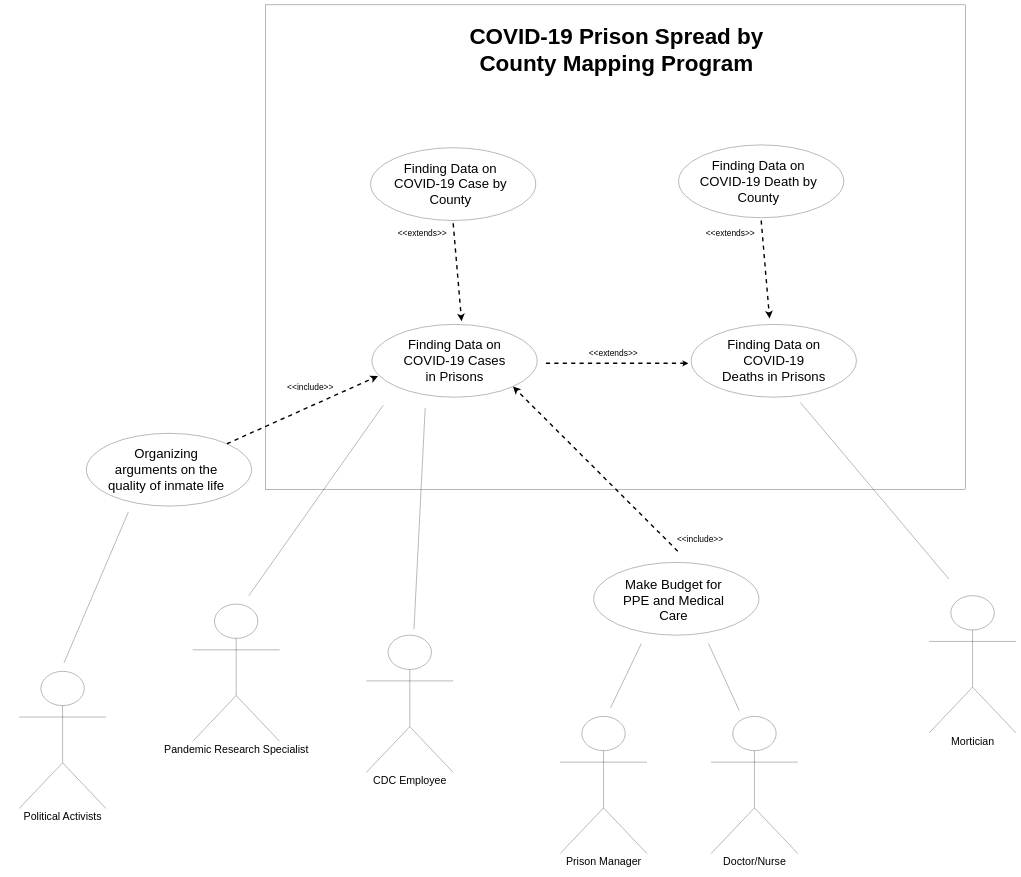
This is SoAPs Use Case Diagram.drawio from Kutoux/SoAPs, a draw.io file, before an edit. Source tidied: cells renumbered, new cells numbered last; positions are measured from the earlier drawing's top-left corner, leaving out a move shared by most shapes. Both pictures are drawn from the tidied source at 28%, with x=0, y=0 at pixel (19, 5).
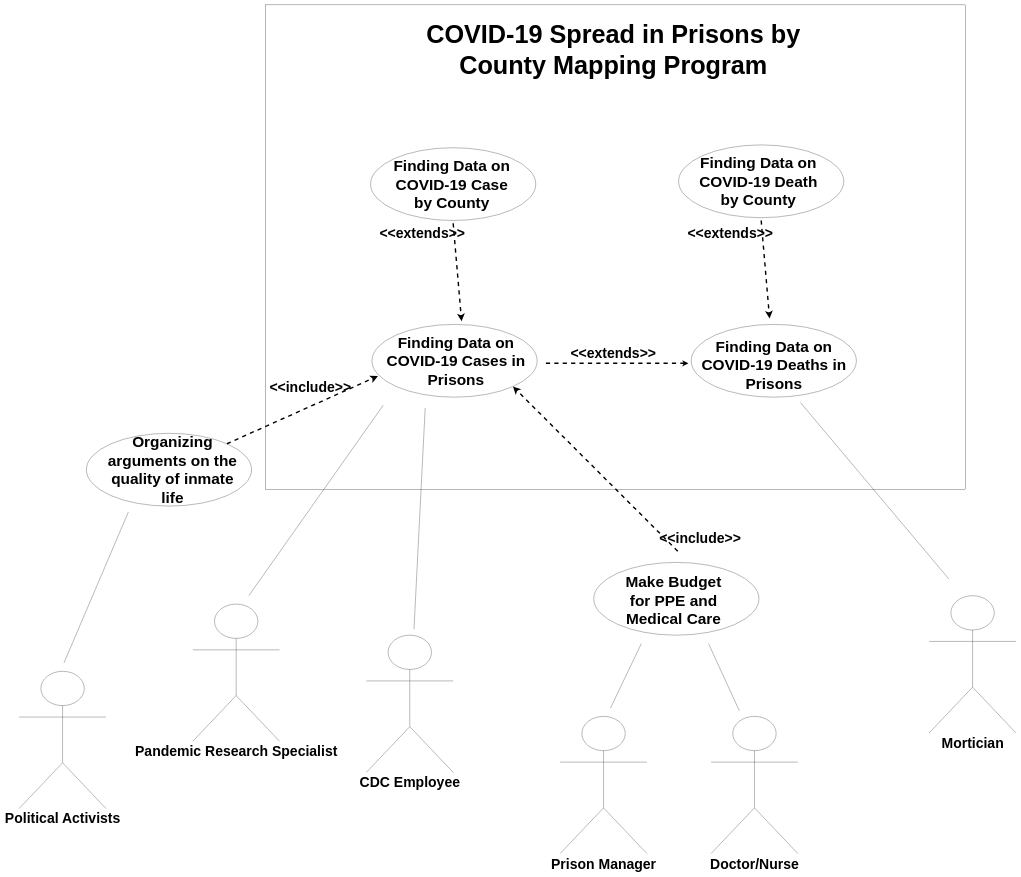
The same diagram, later.

Diff of the diagram source:
```diff
@@
-    <mxCell id="4" value="Finding Data on COVID-19 Cases in Prisons" style="text;html=1;strokeColor=none;fillColor=none;align=center;verticalAlign=middle;whiteSpace=wrap;rounded=0;fontSize=47;" parent="1" vertex="1">
-      <mxGeometry x="1365" y="1206" width="380" height="130" as="geometry" />
+    <mxCell id="4" value="&lt;b&gt;&lt;font style=&quot;font-size: 55px&quot;&gt;Finding Data on COVID-19 Cases in Prisons&lt;/font&gt;&lt;/b&gt;" style="text;html=1;strokeColor=none;fillColor=none;align=center;verticalAlign=middle;whiteSpace=wrap;rounded=0;fontSize=47;" parent="1" vertex="1">
+      <mxGeometry x="1310" y="1206" width="500" height="130" as="geometry" />
     </mxCell>
-    <mxCell id="5" value="CDC Employee" style="shape=umlActor;verticalLabelPosition=bottom;verticalAlign=top;html=1;fontSize=38;" parent="1" vertex="1">
+    <mxCell id="5" value="&lt;font style=&quot;font-size: 50px&quot;&gt;&lt;b&gt;CDC Employee&lt;/b&gt;&lt;/font&gt;" style="shape=umlActor;verticalLabelPosition=bottom;verticalAlign=top;html=1;fontSize=38;" parent="1" vertex="1">
       <mxGeometry x="1240" y="2251" width="310" height="490" as="geometry" />
     </mxCell>
@@
-    <mxCell id="7" value="Pandemic Research Specialist" style="shape=umlActor;verticalLabelPosition=bottom;verticalAlign=top;html=1;fontSize=38;" parent="1" vertex="1">
+    <mxCell id="7" value="&lt;font style=&quot;font-size: 50px&quot;&gt;&lt;b&gt;Pandemic Research Specialist&lt;/b&gt;&lt;/font&gt;" style="shape=umlActor;verticalLabelPosition=bottom;verticalAlign=top;html=1;fontSize=38;" parent="1" vertex="1">
       <mxGeometry x="620" y="2140" width="310" height="490" as="geometry" />
     </mxCell>
@@
-    <mxCell id="9" value="Prison Manager" style="shape=umlActor;verticalLabelPosition=bottom;verticalAlign=top;html=1;fontSize=38;" parent="1" vertex="1">
+    <mxCell id="9" value="&lt;font style=&quot;font-size: 50px&quot;&gt;&lt;b&gt;Prison Manager&lt;/b&gt;&lt;/font&gt;" style="shape=umlActor;verticalLabelPosition=bottom;verticalAlign=top;html=1;fontSize=38;" parent="1" vertex="1">
       <mxGeometry x="1932" y="2541" width="310" height="490" as="geometry" />
     </mxCell>
@@
-    <mxCell id="12" value="Make Budget for PPE and Medical Care" style="text;html=1;strokeColor=none;fillColor=none;align=center;verticalAlign=middle;whiteSpace=wrap;rounded=0;fontSize=47;" parent="1" vertex="1">
+    <mxCell id="12" value="&lt;b&gt;&lt;font style=&quot;font-size: 55px&quot;&gt;Make Budget for PPE and Medical Care&lt;/font&gt;&lt;/b&gt;" style="text;html=1;strokeColor=none;fillColor=none;align=center;verticalAlign=middle;whiteSpace=wrap;rounded=0;fontSize=47;" parent="1" vertex="1">
       <mxGeometry x="2147" y="2061" width="380" height="130" as="geometry" />
     </mxCell>
@@
-    <mxCell id="14" value="&amp;lt;&amp;lt;include&amp;gt;&amp;gt;" style="text;html=1;strokeColor=none;fillColor=none;align=center;verticalAlign=middle;whiteSpace=wrap;rounded=0;fontSize=30;rotation=0;" parent="1" vertex="1">
+    <mxCell id="14" value="&lt;font style=&quot;font-size: 50px&quot;&gt;&lt;b&gt;&amp;lt;&amp;lt;include&amp;gt;&amp;gt;&lt;/b&gt;&lt;/font&gt;" style="text;html=1;strokeColor=none;fillColor=none;align=center;verticalAlign=middle;whiteSpace=wrap;rounded=0;fontSize=30;rotation=0;" parent="1" vertex="1">
       <mxGeometry x="2242" y="1841" width="380" height="130" as="geometry" />
     </mxCell>
-    <mxCell id="15" value="Doctor/Nurse" style="shape=umlActor;verticalLabelPosition=bottom;verticalAlign=top;html=1;fontSize=38;" parent="1" vertex="1">
+    <mxCell id="15" value="&lt;font style=&quot;font-size: 50px&quot;&gt;&lt;b&gt;Doctor/Nurse&lt;/b&gt;&lt;/font&gt;" style="shape=umlActor;verticalLabelPosition=bottom;verticalAlign=top;html=1;fontSize=38;" parent="1" vertex="1">
       <mxGeometry x="2471" y="2541" width="310" height="490" as="geometry" />
     </mxCell>
@@
-    <mxCell id="17" value="&lt;font size=&quot;1&quot;&gt;&lt;b style=&quot;font-size: 80px&quot;&gt;COVID-19 Prison Spread by County Mapping Program&lt;/b&gt;&lt;/font&gt;" style="text;html=1;strokeColor=none;fillColor=none;align=center;verticalAlign=middle;whiteSpace=wrap;rounded=0;fontSize=30;" parent="1" vertex="1">
-      <mxGeometry x="1486" y="80" width="1294" height="160" as="geometry" />
+    <mxCell id="17" value="&lt;font size=&quot;1&quot;&gt;&lt;b style=&quot;font-size: 90px&quot;&gt;COVID-19 Spread in Prisons by County Mapping Program&lt;/b&gt;&lt;/font&gt;" style="text;html=1;strokeColor=none;fillColor=none;align=center;verticalAlign=middle;whiteSpace=wrap;rounded=0;fontSize=30;" parent="1" vertex="1">
+      <mxGeometry x="1300" y="80" width="1644" height="160" as="geometry" />
     </mxCell>
@@
-    <mxCell id="19" value="&amp;lt;&amp;lt;extends&amp;gt;&amp;gt;" style="text;html=1;strokeColor=none;fillColor=none;align=center;verticalAlign=middle;whiteSpace=wrap;rounded=0;fontSize=30;rotation=0;" parent="1" vertex="1">
+    <mxCell id="19" value="&lt;b&gt;&lt;font style=&quot;font-size: 50px&quot;&gt;&amp;lt;&amp;lt;extends&amp;gt;&amp;gt;&lt;/font&gt;&lt;/b&gt;" style="text;html=1;strokeColor=none;fillColor=none;align=center;verticalAlign=middle;whiteSpace=wrap;rounded=0;fontSize=30;rotation=0;" parent="1" vertex="1">
       <mxGeometry x="1932" y="1180" width="380" height="130" as="geometry" />
     </mxCell>
@@
-    <mxCell id="21" value="Finding Data on COVID-19 Deaths in Prisons" style="text;html=1;strokeColor=none;fillColor=none;align=center;verticalAlign=middle;whiteSpace=wrap;rounded=0;fontSize=47;" parent="1" vertex="1">
-      <mxGeometry x="2505" y="1206" width="380" height="130" as="geometry" />
+    <mxCell id="21" value="&lt;font style=&quot;font-size: 55px&quot;&gt;&lt;b&gt;Finding Data on COVID-19 Deaths in Prisons&lt;/b&gt;&lt;/font&gt;" style="text;html=1;strokeColor=none;fillColor=none;align=center;verticalAlign=middle;whiteSpace=wrap;rounded=0;fontSize=47;" parent="1" vertex="1">
+      <mxGeometry x="2417.5" y="1220" width="555" height="130" as="geometry" />
     </mxCell>
@@
-    <mxCell id="23" value="Finding Data on COVID-19 Case by County" style="text;html=1;strokeColor=none;fillColor=none;align=center;verticalAlign=middle;whiteSpace=wrap;rounded=0;fontSize=47;" parent="1" vertex="1">
-      <mxGeometry x="1310" y="575" width="460" height="130" as="geometry" />
+    <mxCell id="23" value="&lt;b&gt;&lt;font style=&quot;font-size: 55px&quot;&gt;Finding Data on COVID-19 Case by County&lt;/font&gt;&lt;/b&gt;" style="text;html=1;strokeColor=none;fillColor=none;align=center;verticalAlign=middle;whiteSpace=wrap;rounded=0;fontSize=47;" parent="1" vertex="1">
+      <mxGeometry x="1310" y="575" width="470" height="130" as="geometry" />
     </mxCell>
@@
-    <mxCell id="25" value="&amp;lt;&amp;lt;extends&amp;gt;&amp;gt;" style="text;html=1;strokeColor=none;fillColor=none;align=center;verticalAlign=middle;whiteSpace=wrap;rounded=0;fontSize=30;rotation=0;" parent="1" vertex="1">
+    <mxCell id="25" value="&lt;b&gt;&lt;font style=&quot;font-size: 50px&quot;&gt;&amp;lt;&amp;lt;extends&amp;gt;&amp;gt;&lt;/font&gt;&lt;/b&gt;" style="text;html=1;strokeColor=none;fillColor=none;align=center;verticalAlign=middle;whiteSpace=wrap;rounded=0;fontSize=30;rotation=0;" parent="1" vertex="1">
       <mxGeometry x="1250" y="750" width="380" height="130" as="geometry" />
     </mxCell>
-    <mxCell id="26" value="Mortician" style="shape=umlActor;verticalLabelPosition=bottom;verticalAlign=top;html=1;fontSize=38;" parent="1" vertex="1">
+    <mxCell id="26" value="&lt;b&gt;&lt;font style=&quot;font-size: 50px&quot;&gt;Mortician&lt;/font&gt;&lt;/b&gt;" style="shape=umlActor;verticalLabelPosition=bottom;verticalAlign=top;html=1;fontSize=38;" parent="1" vertex="1">
       <mxGeometry x="3250" y="2110" width="310" height="490" as="geometry" />
     </mxCell>
@@
-    <mxCell id="29" value="Finding Data on COVID-19 Death by County" style="text;html=1;strokeColor=none;fillColor=none;align=center;verticalAlign=middle;whiteSpace=wrap;rounded=0;fontSize=47;" parent="1" vertex="1">
+    <mxCell id="29" value="&lt;b&gt;&lt;font style=&quot;font-size: 55px&quot;&gt;Finding Data on COVID-19 Death by County&lt;/font&gt;&lt;/b&gt;" style="text;html=1;strokeColor=none;fillColor=none;align=center;verticalAlign=middle;whiteSpace=wrap;rounded=0;fontSize=47;" parent="1" vertex="1">
       <mxGeometry x="2410" y="565" width="460" height="130" as="geometry" />
     </mxCell>
@@
-    <mxCell id="31" value="&amp;lt;&amp;lt;extends&amp;gt;&amp;gt;" style="text;html=1;strokeColor=none;fillColor=none;align=center;verticalAlign=middle;whiteSpace=wrap;rounded=0;fontSize=30;rotation=0;" parent="1" vertex="1">
+    <mxCell id="31" value="&lt;b&gt;&lt;font style=&quot;font-size: 50px&quot;&gt;&amp;lt;&amp;lt;extends&amp;gt;&amp;gt;&lt;/font&gt;&lt;/b&gt;" style="text;html=1;strokeColor=none;fillColor=none;align=center;verticalAlign=middle;whiteSpace=wrap;rounded=0;fontSize=30;rotation=0;" parent="1" vertex="1">
       <mxGeometry x="2350" y="760" width="380" height="110" as="geometry" />
     </mxCell>
-    <mxCell id="32" value="&lt;font style=&quot;font-size: 38px&quot;&gt;Political Activists&lt;/font&gt;" style="shape=umlActor;verticalLabelPosition=bottom;verticalAlign=top;html=1;" parent="1" vertex="1">
+    <mxCell id="32" value="&lt;font style=&quot;font-size: 50px&quot;&gt;&lt;b&gt;Political Activists&lt;/b&gt;&lt;/font&gt;" style="shape=umlActor;verticalLabelPosition=bottom;verticalAlign=top;html=1;" parent="1" vertex="1">
       <mxGeometry y="2380" width="310" height="490" as="geometry" />
     </mxCell>
@@
-    <mxCell id="35" value="Organizing arguments on the quality of inmate life" style="text;html=1;strokeColor=none;fillColor=none;align=center;verticalAlign=middle;whiteSpace=wrap;rounded=0;fontSize=47;" parent="1" vertex="1">
-      <mxGeometry x="295" y="1595" width="460" height="130" as="geometry" />
+    <mxCell id="35" value="&lt;font style=&quot;font-size: 55px&quot;&gt;&lt;b&gt;Organizing arguments on the quality of inmate life&lt;/b&gt;&lt;/font&gt;" style="text;html=1;strokeColor=none;fillColor=none;align=center;verticalAlign=middle;whiteSpace=wrap;rounded=0;fontSize=47;" parent="1" vertex="1">
+      <mxGeometry x="295" y="1595" width="505" height="130" as="geometry" />
     </mxCell>
@@
-    <mxCell id="37" value="&amp;lt;&amp;lt;include&amp;gt;&amp;gt;" style="text;html=1;strokeColor=none;fillColor=none;align=center;verticalAlign=middle;whiteSpace=wrap;rounded=0;fontSize=30;rotation=0;" parent="1" vertex="1">
+    <mxCell id="37" value="&lt;b&gt;&lt;font style=&quot;font-size: 50px&quot;&gt;&amp;lt;&amp;lt;include&amp;gt;&amp;gt;&lt;/font&gt;&lt;/b&gt;" style="text;html=1;strokeColor=none;fillColor=none;align=center;verticalAlign=middle;whiteSpace=wrap;rounded=0;fontSize=30;rotation=0;" parent="1" vertex="1">
       <mxGeometry x="850" y="1300" width="380" height="130" as="geometry" />
     </mxCell>
```
